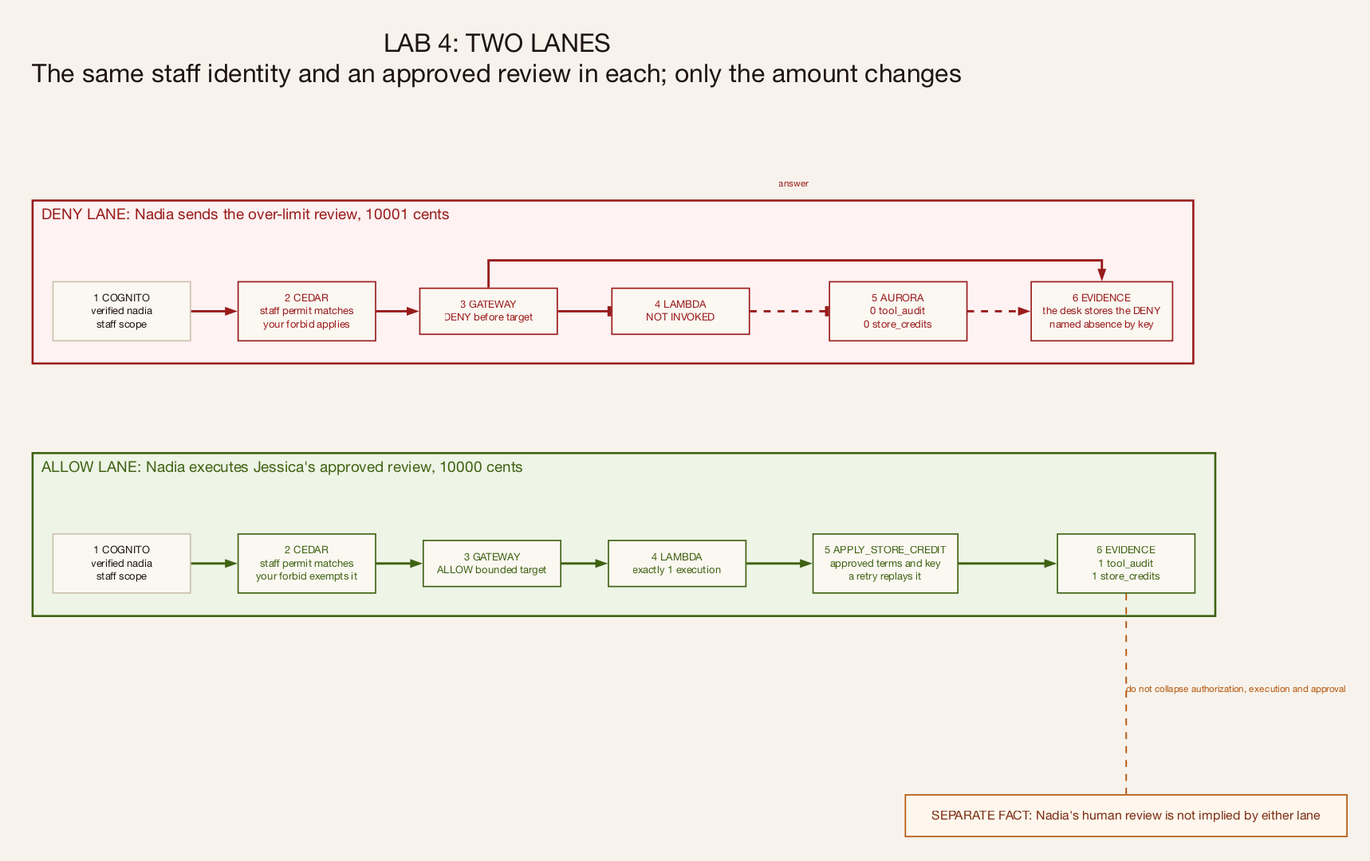
aws-samples/sample-pellier-agentic-search-apg keeps this Graphviz diagram as workshop/architecture-diagrams/generated-assets/lab-4-deny-allow-sequence.png. Above is the earlier version. Its source is kept beside it as workshop/architecture-diagrams/sources/lab-4-deny-allow-sequence.dot.
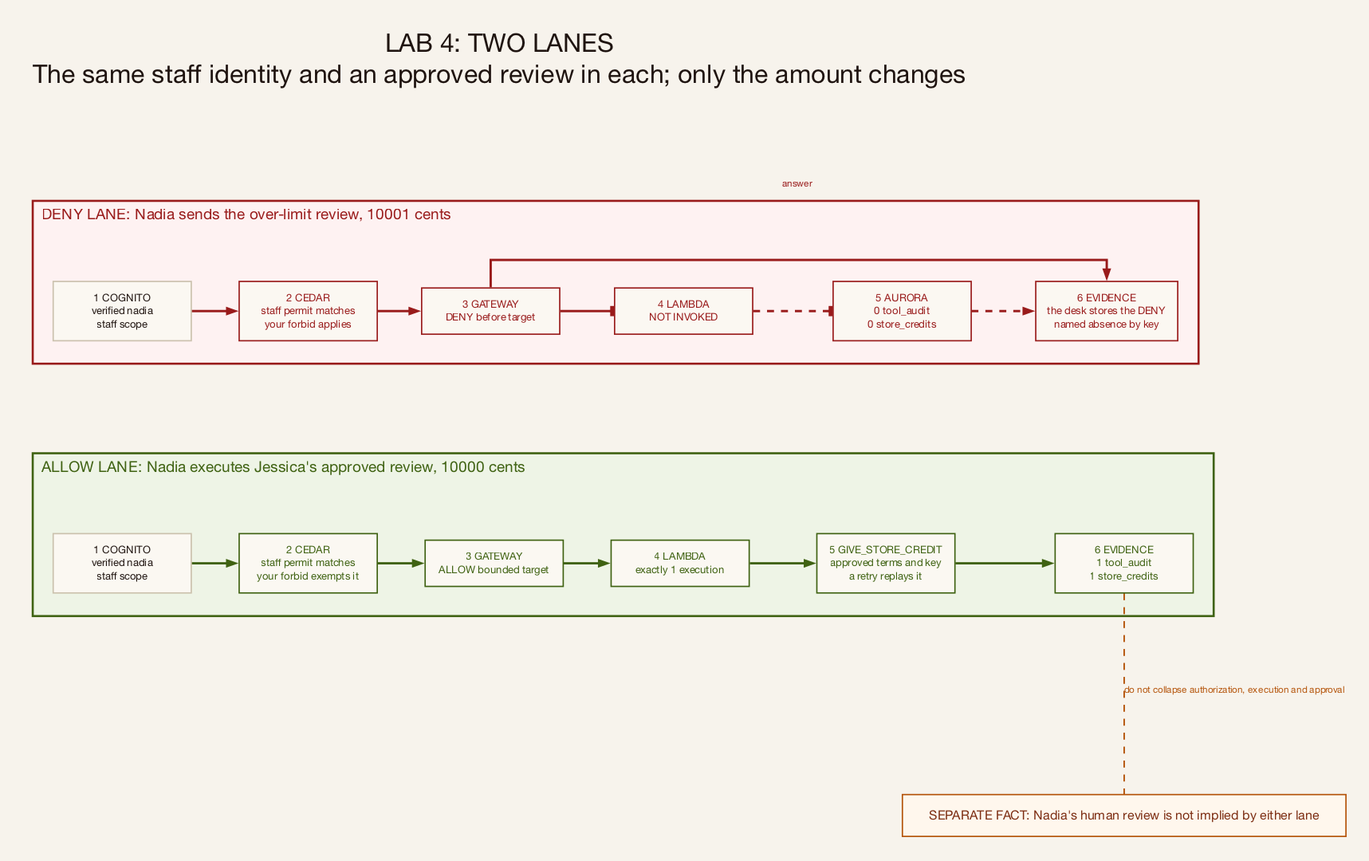
The same file after the commit.

What changed in the source:
```diff
@@ -80,7 +80,7 @@
     a2 [label="2 CEDAR\nstaff permit matches\nyour forbid exempts it", color="#3f6212", fontcolor="#3f6212"];
     a3 [label="3 GATEWAY\nALLOW bounded target", color="#3f6212", fontcolor="#3f6212"];
     a4 [label="4 LAMBDA\nexactly 1 execution", color="#3f6212", fontcolor="#3f6212"];
-    a5 [label="5 APPLY_STORE_CREDIT\napproved terms and key\na retry replays it", color="#3f6212", fontcolor="#3f6212"];
+    a5 [label="5 GIVE_STORE_CREDIT\napproved terms and key\na retry replays it", color="#3f6212", fontcolor="#3f6212"];
     a6 [label="6 EVIDENCE\n1 tool_audit\n1 store_credits", color="#3f6212", fontcolor="#3f6212"];
 
     a1 -> a2 [color="#3f6212", label="claims", fontcolor="#3f6212"];
```
